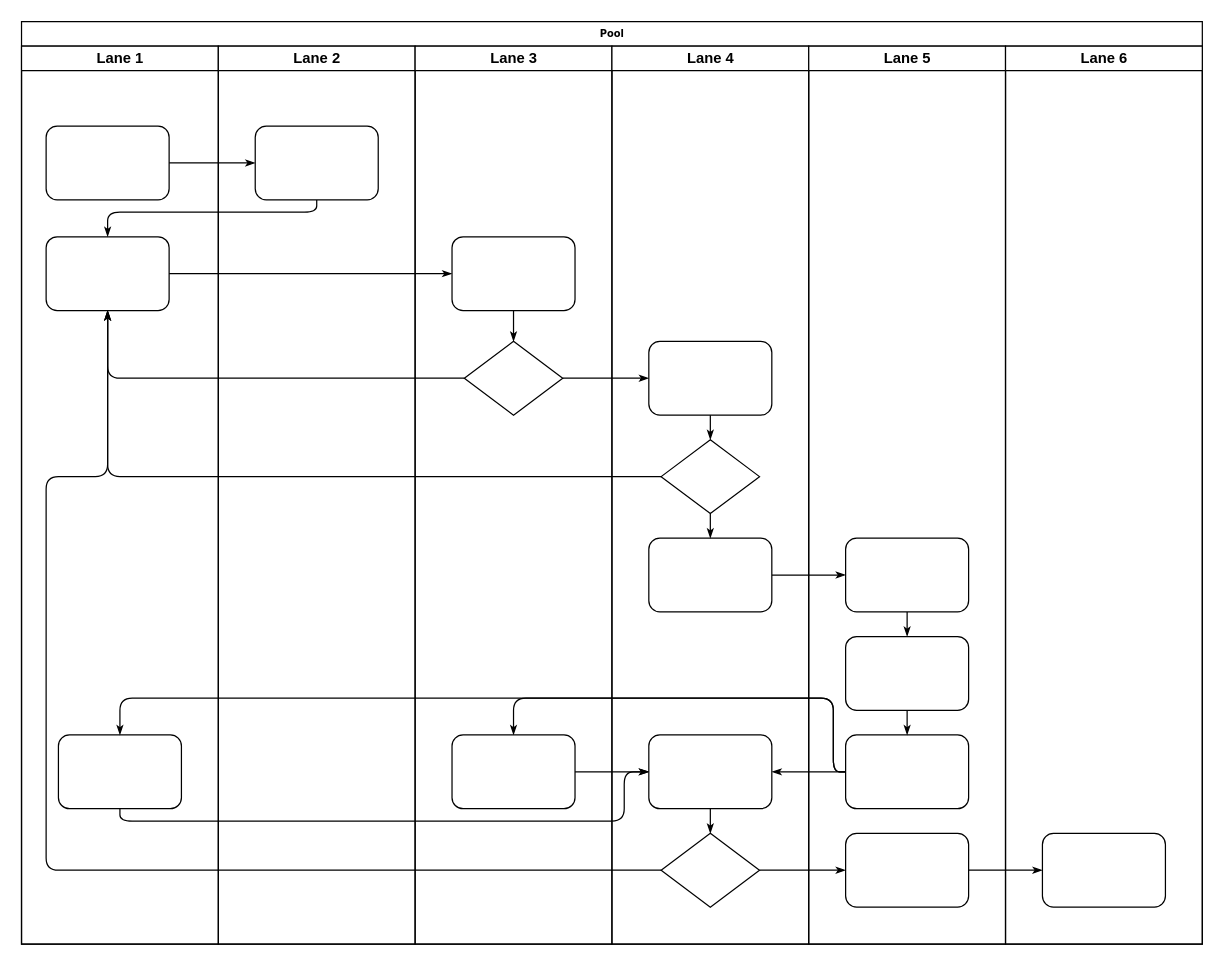
Above: 货源结果 Diagram.drawio in hexuefengx/dragrams (draw.io), before the change. Source tidied: cells renumbered, new cells numbered last; positions are measured from the earlier drawing's top-left corner, leaving out a move shared by most shapes. Both pictures are drawn from the tidied source at 123%, with x=0, y=0 at pixel (21, 21).
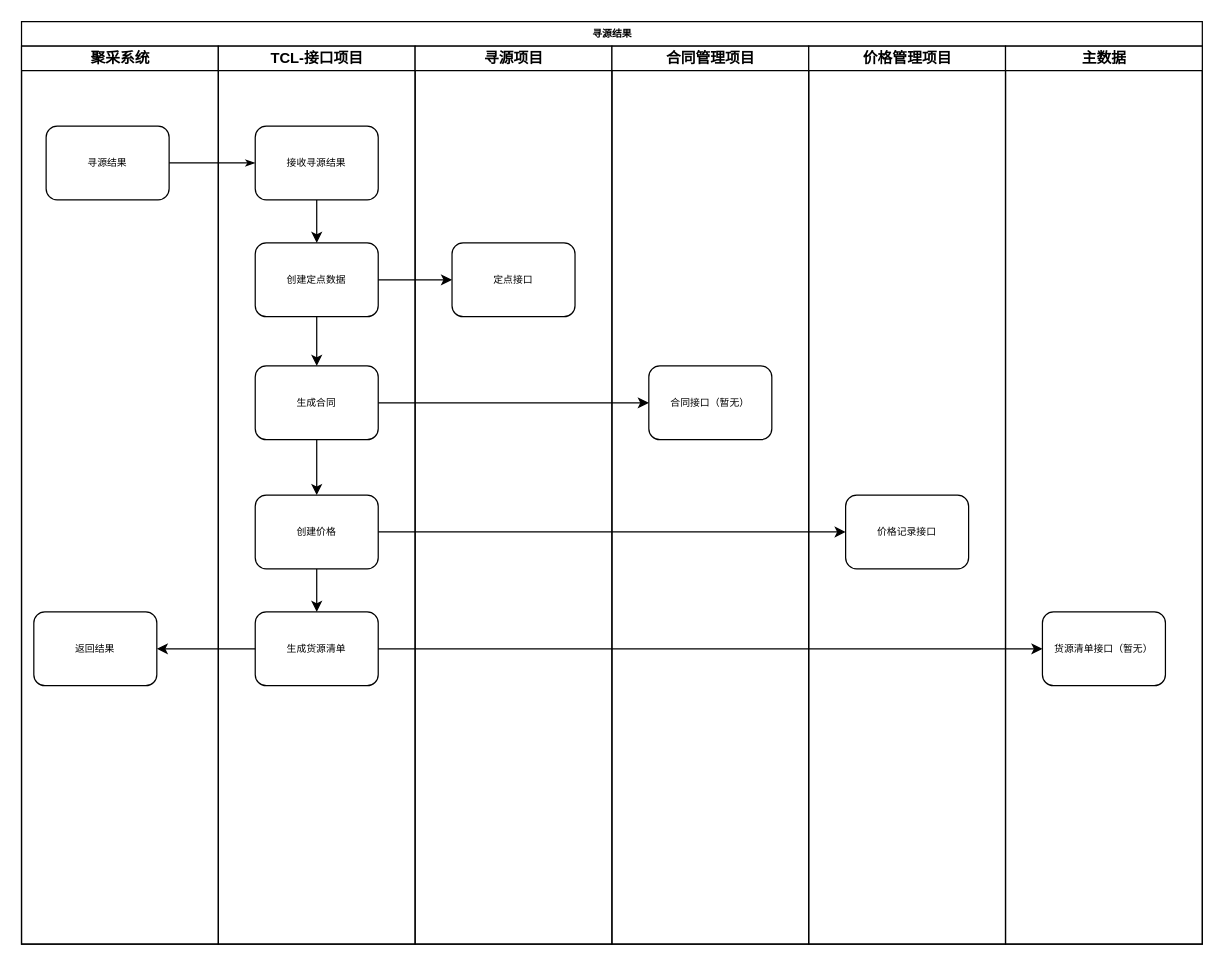
The same page after the edit.

Diff of the diagram source:
```diff
@@
-    <mxCell id="2" value="Pool" style="swimlane;html=1;startSize=20;rounded=0;shadow=0;labelBackgroundColor=none;strokeWidth=1;fontFamily=Verdana;fontSize=8;align=center;" parent="1" vertex="1">
+    <mxCell id="2" value="寻源结果" style="swimlane;html=1;startSize=20;rounded=0;shadow=0;labelBackgroundColor=none;strokeWidth=1;fontFamily=Verdana;fontSize=8;align=center;" parent="1" vertex="1">
       <mxGeometry width="960" height="750" as="geometry" />
     </mxCell>
-    <mxCell id="3" value="Lane 1" style="swimlane;html=1;startSize=20;" parent="2" vertex="1">
+    <mxCell id="3" value="聚采系统" style="swimlane;html=1;startSize=20;" parent="2" vertex="1">
       <mxGeometry y="20" width="160" height="730" as="geometry" />
     </mxCell>
-    <mxCell id="4" style="rounded=1;whiteSpace=wrap;html=1;shadow=0;labelBackgroundColor=none;strokeWidth=1;fontFamily=Verdana;fontSize=8;align=center;" parent="3" vertex="1">
+    <mxCell id="4" value="寻源结果" style="rounded=1;whiteSpace=wrap;html=1;shadow=0;labelBackgroundColor=none;strokeWidth=1;fontFamily=Verdana;fontSize=8;align=center;" parent="3" vertex="1">
       <mxGeometry x="20" y="65" width="100" height="60" as="geometry" />
     </mxCell>
-    <mxCell id="5" style="rounded=1;whiteSpace=wrap;html=1;shadow=0;labelBackgroundColor=none;strokeWidth=1;fontFamily=Verdana;fontSize=8;align=center;" parent="3" vertex="1">
-      <mxGeometry x="20" y="155" width="100" height="60" as="geometry" />
-    </mxCell>
-    <mxCell id="6" style="rounded=1;whiteSpace=wrap;html=1;shadow=0;labelBackgroundColor=none;strokeWidth=1;fontFamily=Verdana;fontSize=8;align=center;" parent="3" vertex="1">
-      <mxGeometry x="30" y="560" width="100" height="60" as="geometry" />
-    </mxCell>
+    <mxCell id="47" value="返回结果" style="rounded=1;whiteSpace=wrap;html=1;shadow=0;labelBackgroundColor=none;strokeWidth=1;fontFamily=Verdana;fontSize=8;align=center;" parent="3" vertex="1">
+      <mxGeometry x="10" y="460" width="100" height="60" as="geometry" />
+    </mxCell>
@@
-    <mxCell id="8" style="edgeStyle=orthogonalEdgeStyle;rounded=1;html=1;labelBackgroundColor=none;startArrow=none;startFill=0;startSize=5;endArrow=classicThin;endFill=1;endSize=5;jettySize=auto;strokeWidth=1;fontFamily=Verdana;fontSize=8;" parent="2" edge="1" source="23" target="5">
-      <mxGeometry relative="1" as="geometry">
-        <Array as="points">
-          <mxPoint x="240" y="155" />
-          <mxPoint x="70" y="155" />
-        </Array>
-      </mxGeometry>
-    </mxCell>
-    <mxCell id="9" style="edgeStyle=orthogonalEdgeStyle;rounded=1;html=1;labelBackgroundColor=none;startArrow=none;startFill=0;startSize=5;endArrow=classicThin;endFill=1;endSize=5;jettySize=auto;strokeWidth=1;fontFamily=Verdana;fontSize=8;" parent="2" edge="1" source="5" target="25">
-      <mxGeometry relative="1" as="geometry" />
-    </mxCell>
-    <mxCell id="10" style="edgeStyle=orthogonalEdgeStyle;rounded=1;html=1;labelBackgroundColor=none;startArrow=none;startFill=0;startSize=5;endArrow=classicThin;endFill=1;endSize=5;jettySize=auto;strokeWidth=1;fontFamily=Verdana;fontSize=8;" parent="2" edge="1" source="26" target="5">
-      <mxGeometry relative="1" as="geometry" />
-    </mxCell>
-    <mxCell id="11" style="edgeStyle=orthogonalEdgeStyle;rounded=1;html=1;labelBackgroundColor=none;startArrow=none;startFill=0;startSize=5;endArrow=classicThin;endFill=1;endSize=5;jettySize=auto;strokeWidth=1;fontFamily=Verdana;fontSize=8;" parent="2" edge="1" source="31" target="5">
-      <mxGeometry relative="1" as="geometry" />
-    </mxCell>
-    <mxCell id="12" style="edgeStyle=orthogonalEdgeStyle;rounded=1;html=1;labelBackgroundColor=none;startArrow=none;startFill=0;startSize=5;endArrow=classicThin;endFill=1;endSize=5;jettySize=auto;strokeWidth=1;fontFamily=Verdana;fontSize=8;" parent="2" edge="1" source="34" target="5">
-      <mxGeometry relative="1" as="geometry">
-        <Array as="points">
-          <mxPoint x="20" y="690" />
-          <mxPoint x="20" y="370" />
-          <mxPoint x="70" y="370" />
-        </Array>
-      </mxGeometry>
-    </mxCell>
-    <mxCell id="13" style="edgeStyle=orthogonalEdgeStyle;rounded=1;html=1;labelBackgroundColor=none;startArrow=none;startFill=0;startSize=5;endArrow=classicThin;endFill=1;endSize=5;jettySize=auto;strokeWidth=1;fontFamily=Verdana;fontSize=8;" parent="2" edge="1" source="26" target="30">
-      <mxGeometry relative="1" as="geometry" />
-    </mxCell>
-    <mxCell id="14" style="edgeStyle=orthogonalEdgeStyle;rounded=1;html=1;labelBackgroundColor=none;startArrow=none;startFill=0;startSize=5;endArrow=classicThin;endFill=1;endSize=5;jettySize=auto;strokeWidth=1;fontFamily=Verdana;fontSize=8;" parent="2" edge="1" source="34" target="42">
-      <mxGeometry relative="1" as="geometry" />
-    </mxCell>
-    <mxCell id="15" style="edgeStyle=orthogonalEdgeStyle;rounded=1;html=1;labelBackgroundColor=none;startArrow=none;startFill=0;startSize=5;endArrow=classicThin;endFill=1;endSize=5;jettySize=auto;strokeWidth=1;fontFamily=Verdana;fontSize=8;" parent="2" edge="1" source="42" target="46">
-      <mxGeometry relative="1" as="geometry" />
-    </mxCell>
-    <mxCell id="16" style="edgeStyle=orthogonalEdgeStyle;rounded=1;html=1;labelBackgroundColor=none;startArrow=none;startFill=0;startSize=5;endArrow=classicThin;endFill=1;endSize=5;jettySize=auto;strokeWidth=1;fontFamily=Verdana;fontSize=8;" parent="2" edge="1" source="32" target="39">
-      <mxGeometry relative="1" as="geometry" />
-    </mxCell>
-    <mxCell id="17" style="edgeStyle=orthogonalEdgeStyle;rounded=1;html=1;labelBackgroundColor=none;startArrow=none;startFill=0;startSize=5;endArrow=classicThin;endFill=1;endSize=5;jettySize=auto;strokeWidth=1;fontFamily=Verdana;fontSize=8;" parent="2" edge="1" source="41" target="27">
-      <mxGeometry relative="1" as="geometry">
-        <Array as="points">
-          <mxPoint x="660" y="610" />
-          <mxPoint x="660" y="550" />
-          <mxPoint x="400" y="550" />
-        </Array>
-      </mxGeometry>
-    </mxCell>
-    <mxCell id="18" style="edgeStyle=orthogonalEdgeStyle;rounded=1;html=1;labelBackgroundColor=none;startArrow=none;startFill=0;startSize=5;endArrow=classicThin;endFill=1;endSize=5;jettySize=auto;strokeColor=#000000;strokeWidth=1;fontFamily=Verdana;fontSize=8;fontColor=#000000;" parent="2" edge="1" source="41" target="33">
-      <mxGeometry relative="1" as="geometry" />
-    </mxCell>
-    <mxCell id="19" style="edgeStyle=orthogonalEdgeStyle;rounded=1;html=1;labelBackgroundColor=none;startArrow=none;startFill=0;startSize=5;endArrow=classicThin;endFill=1;endSize=5;jettySize=auto;strokeWidth=1;fontFamily=Verdana;fontSize=8;" parent="2" edge="1" source="41" target="6">
-      <mxGeometry relative="1" as="geometry">
-        <Array as="points">
-          <mxPoint x="660" y="610" />
-          <mxPoint x="660" y="550" />
-          <mxPoint x="80" y="550" />
-        </Array>
-      </mxGeometry>
-    </mxCell>
-    <mxCell id="20" style="edgeStyle=orthogonalEdgeStyle;rounded=1;html=1;labelBackgroundColor=none;startArrow=none;startFill=0;startSize=5;endArrow=classicThin;endFill=1;endSize=5;jettySize=auto;strokeWidth=1;fontFamily=Verdana;fontSize=8;" parent="2" edge="1" source="6" target="33">
-      <mxGeometry relative="1" as="geometry">
-        <Array as="points">
-          <mxPoint x="80" y="650" />
-          <mxPoint x="490" y="650" />
-          <mxPoint x="490" y="610" />
-        </Array>
-      </mxGeometry>
-    </mxCell>
-    <mxCell id="21" style="edgeStyle=orthogonalEdgeStyle;rounded=1;html=1;labelBackgroundColor=none;startArrow=none;startFill=0;startSize=5;endArrow=classicThin;endFill=1;endSize=5;jettySize=auto;strokeWidth=1;fontFamily=Verdana;fontSize=8;" parent="2" edge="1" source="27" target="33">
-      <mxGeometry relative="1" as="geometry" />
-    </mxCell>
-    <mxCell id="22" value="Lane 2" style="swimlane;html=1;startSize=20;" parent="2" vertex="1">
+    <mxCell id="22" value="TCL-接口项目" style="swimlane;html=1;startSize=20;" parent="2" vertex="1">
       <mxGeometry x="160" y="20" width="160" height="730" as="geometry" />
     </mxCell>
+    <mxCell id="48" style="edgeStyle=orthogonalEdgeStyle;rounded=0;jettySize=auto;html=1;" parent="22" edge="1" source="23" target="50">
+      <mxGeometry relative="1" as="geometry" />
+    </mxCell>
-    <mxCell id="23" style="rounded=1;whiteSpace=wrap;html=1;shadow=0;labelBackgroundColor=none;strokeWidth=1;fontFamily=Verdana;fontSize=8;align=center;" parent="22" vertex="1">
+    <mxCell id="23" value="接收寻源结果" style="rounded=1;whiteSpace=wrap;html=1;shadow=0;labelBackgroundColor=none;strokeWidth=1;fontFamily=Verdana;fontSize=8;align=center;" parent="22" vertex="1">
       <mxGeometry x="30" y="65" width="100" height="60" as="geometry" />
     </mxCell>
+    <mxCell id="49" style="edgeStyle=orthogonalEdgeStyle;rounded=0;jettySize=auto;html=1;" parent="22" edge="1" source="50" target="52">
+      <mxGeometry relative="1" as="geometry" />
+    </mxCell>
+    <mxCell id="50" value="创建定点数据" style="rounded=1;whiteSpace=wrap;html=1;shadow=0;labelBackgroundColor=none;strokeWidth=1;fontFamily=Verdana;fontSize=8;align=center;" parent="22" vertex="1">
+      <mxGeometry x="30" y="160" width="100" height="60" as="geometry" />
+    </mxCell>
+    <mxCell id="51" style="edgeStyle=orthogonalEdgeStyle;rounded=0;jettySize=auto;html=1;" parent="22" edge="1" source="52" target="54">
+      <mxGeometry relative="1" as="geometry" />
+    </mxCell>
+    <mxCell id="52" value="生成合同" style="rounded=1;whiteSpace=wrap;html=1;shadow=0;labelBackgroundColor=none;strokeWidth=1;fontFamily=Verdana;fontSize=8;align=center;" parent="22" vertex="1">
+      <mxGeometry x="30" y="260" width="100" height="60" as="geometry" />
+    </mxCell>
+    <mxCell id="53" style="edgeStyle=orthogonalEdgeStyle;rounded=0;jettySize=auto;html=1;" parent="22" edge="1" source="54" target="55">
+      <mxGeometry relative="1" as="geometry" />
+    </mxCell>
+    <mxCell id="54" value="创建价格" style="rounded=1;whiteSpace=wrap;html=1;shadow=0;labelBackgroundColor=none;strokeWidth=1;fontFamily=Verdana;fontSize=8;align=center;" parent="22" vertex="1">
+      <mxGeometry x="30" y="365" width="100" height="60" as="geometry" />
+    </mxCell>
+    <mxCell id="55" value="生成货源清单" style="rounded=1;whiteSpace=wrap;html=1;shadow=0;labelBackgroundColor=none;strokeWidth=1;fontFamily=Verdana;fontSize=8;align=center;" parent="22" vertex="1">
+      <mxGeometry x="30" y="460" width="100" height="60" as="geometry" />
+    </mxCell>
-    <mxCell id="24" value="Lane 3" style="swimlane;html=1;startSize=20;" parent="2" vertex="1">
+    <mxCell id="24" value="寻源项目" style="swimlane;html=1;startSize=20;" parent="2" vertex="1">
       <mxGeometry x="320" y="20" width="160" height="730" as="geometry" />
     </mxCell>
-    <mxCell id="25" style="rounded=1;whiteSpace=wrap;html=1;shadow=0;labelBackgroundColor=none;strokeWidth=1;fontFamily=Verdana;fontSize=8;align=center;" parent="24" vertex="1">
-      <mxGeometry x="30" y="155" width="100" height="60" as="geometry" />
+    <mxCell id="25" value="定点接口" style="rounded=1;whiteSpace=wrap;html=1;shadow=0;labelBackgroundColor=none;strokeWidth=1;fontFamily=Verdana;fontSize=8;align=center;" parent="24" vertex="1">
+      <mxGeometry x="30" y="160" width="100" height="60" as="geometry" />
     </mxCell>
-    <mxCell id="26" style="rhombus;whiteSpace=wrap;html=1;rounded=0;shadow=0;labelBackgroundColor=none;strokeWidth=1;fontFamily=Verdana;fontSize=8;align=center;" parent="24" vertex="1">
-      <mxGeometry x="40" y="240" width="80" height="60" as="geometry" />
-    </mxCell>
-    <mxCell id="27" style="rounded=1;whiteSpace=wrap;html=1;shadow=0;labelBackgroundColor=none;strokeWidth=1;fontFamily=Verdana;fontSize=8;align=center;" parent="24" vertex="1">
-      <mxGeometry x="30" y="560" width="100" height="60" as="geometry" />
-    </mxCell>
-    <mxCell id="28" style="edgeStyle=orthogonalEdgeStyle;rounded=1;html=1;labelBackgroundColor=none;startArrow=none;startFill=0;startSize=5;endArrow=classicThin;endFill=1;endSize=5;jettySize=auto;strokeWidth=1;fontFamily=Verdana;fontSize=8;" parent="24" edge="1" source="25" target="26">
-      <mxGeometry relative="1" as="geometry" />
-    </mxCell>
-    <mxCell id="29" value="Lane 4" style="swimlane;html=1;startSize=20;" parent="2" vertex="1">
+    <mxCell id="29" value="合同管理项目" style="swimlane;html=1;startSize=20;" parent="2" vertex="1">
       <mxGeometry x="480" y="20" width="160" height="730" as="geometry" />
     </mxCell>
-    <mxCell id="30" style="rounded=1;whiteSpace=wrap;html=1;shadow=0;labelBackgroundColor=none;strokeWidth=1;fontFamily=Verdana;fontSize=8;align=center;" parent="29" vertex="1">
-      <mxGeometry x="30" y="240" width="100" height="60" as="geometry" />
-    </mxCell>
-    <mxCell id="31" style="rhombus;whiteSpace=wrap;html=1;rounded=0;shadow=0;labelBackgroundColor=none;strokeWidth=1;fontFamily=Verdana;fontSize=8;align=center;" parent="29" vertex="1">
-      <mxGeometry x="40" y="320" width="80" height="60" as="geometry" />
-    </mxCell>
-    <mxCell id="32" style="rounded=1;whiteSpace=wrap;html=1;shadow=0;labelBackgroundColor=none;strokeWidth=1;fontFamily=Verdana;fontSize=8;align=center;" parent="29" vertex="1">
-      <mxGeometry x="30" y="400" width="100" height="60" as="geometry" />
-    </mxCell>
-    <mxCell id="33" style="rounded=1;whiteSpace=wrap;html=1;shadow=0;labelBackgroundColor=none;strokeWidth=1;fontFamily=Verdana;fontSize=8;align=center;" parent="29" vertex="1">
-      <mxGeometry x="30" y="560" width="100" height="60" as="geometry" />
-    </mxCell>
-    <mxCell id="34" style="rhombus;whiteSpace=wrap;html=1;rounded=0;shadow=0;labelBackgroundColor=none;strokeWidth=1;fontFamily=Verdana;fontSize=8;align=center;" parent="29" vertex="1">
-      <mxGeometry x="40" y="640" width="80" height="60" as="geometry" />
-    </mxCell>
+    <mxCell id="56" style="edgeStyle=orthogonalEdgeStyle;rounded=0;orthogonalLoop=1;jettySize=auto;html=1;" parent="29" edge="1">
+      <mxGeometry relative="1" as="geometry">
+        <mxPoint x="80" y="300" as="targetPoint" />
+      </mxGeometry>
+    </mxCell>
-    <mxCell id="35" style="edgeStyle=orthogonalEdgeStyle;rounded=1;html=1;labelBackgroundColor=none;startArrow=none;startFill=0;startSize=5;endArrow=classicThin;endFill=1;endSize=5;jettySize=auto;strokeColor=#000000;strokeWidth=1;fontFamily=Verdana;fontSize=8;fontColor=#000000;" parent="29" edge="1" source="30" target="31">
-      <mxGeometry relative="1" as="geometry" />
+    <mxCell id="35" style="edgeStyle=orthogonalEdgeStyle;rounded=1;html=1;labelBackgroundColor=none;startArrow=none;startFill=0;startSize=5;endArrow=classicThin;endFill=1;endSize=5;jettySize=auto;orthogonalLoop=1;strokeColor=#000000;strokeWidth=1;fontFamily=Verdana;fontSize=8;fontColor=#000000;" parent="29" edge="1">
+      <mxGeometry relative="1" as="geometry">
+        <mxPoint x="80" y="300" as="sourcePoint" />
+      </mxGeometry>
     </mxCell>
-    <mxCell id="36" style="edgeStyle=orthogonalEdgeStyle;rounded=1;html=1;labelBackgroundColor=none;startArrow=none;startFill=0;startSize=5;endArrow=classicThin;endFill=1;endSize=5;jettySize=auto;strokeWidth=1;fontFamily=Verdana;fontSize=8;" parent="29" edge="1" source="31" target="32">
-      <mxGeometry relative="1" as="geometry" />
+    <mxCell id="36" style="edgeStyle=orthogonalEdgeStyle;rounded=1;html=1;labelBackgroundColor=none;startArrow=none;startFill=0;startSize=5;endArrow=classicThin;endFill=1;endSize=5;jettySize=auto;orthogonalLoop=1;strokeWidth=1;fontFamily=Verdana;fontSize=8;" parent="29" edge="1">
+      <mxGeometry relative="1" as="geometry">
+        <mxPoint x="80" y="380" as="sourcePoint" />
+      </mxGeometry>
     </mxCell>
-    <mxCell id="37" style="edgeStyle=orthogonalEdgeStyle;rounded=1;html=1;labelBackgroundColor=none;startArrow=none;startFill=0;startSize=5;endArrow=classicThin;endFill=1;endSize=5;jettySize=auto;strokeWidth=1;fontFamily=Verdana;fontSize=8;" parent="29" edge="1" source="33" target="34">
-      <mxGeometry relative="1" as="geometry" />
-    </mxCell>
+    <mxCell id="57" value="合同接口（暂无）" style="rounded=1;whiteSpace=wrap;html=1;shadow=0;labelBackgroundColor=none;strokeWidth=1;fontFamily=Verdana;fontSize=8;align=center;" parent="29" vertex="1">
+      <mxGeometry x="30" y="260" width="100" height="60" as="geometry" />
+    </mxCell>
-    <mxCell id="38" value="Lane 5" style="swimlane;html=1;startSize=20;" parent="2" vertex="1">
+    <mxCell id="38" value="价格管理项目" style="swimlane;html=1;startSize=20;" parent="2" vertex="1">
       <mxGeometry x="640" y="20" width="160" height="730" as="geometry" />
     </mxCell>
-    <mxCell id="39" style="rounded=1;whiteSpace=wrap;html=1;shadow=0;labelBackgroundColor=none;strokeWidth=1;fontFamily=Verdana;fontSize=8;align=center;" parent="38" vertex="1">
-      <mxGeometry x="30" y="400" width="100" height="60" as="geometry" />
-    </mxCell>
-    <mxCell id="40" style="rounded=1;whiteSpace=wrap;html=1;shadow=0;labelBackgroundColor=none;strokeWidth=1;fontFamily=Verdana;fontSize=8;align=center;" parent="38" vertex="1">
-      <mxGeometry x="30" y="480" width="100" height="60" as="geometry" />
-    </mxCell>
-    <mxCell id="41" style="rounded=1;whiteSpace=wrap;html=1;shadow=0;labelBackgroundColor=none;strokeWidth=1;fontFamily=Verdana;fontSize=8;align=center;" parent="38" vertex="1">
-      <mxGeometry x="30" y="560" width="100" height="60" as="geometry" />
-    </mxCell>
-    <mxCell id="42" style="rounded=1;whiteSpace=wrap;html=1;shadow=0;labelBackgroundColor=none;strokeWidth=1;fontFamily=Verdana;fontSize=8;align=center;" parent="38" vertex="1">
-      <mxGeometry x="30" y="640" width="100" height="60" as="geometry" />
-    </mxCell>
-    <mxCell id="43" style="edgeStyle=orthogonalEdgeStyle;rounded=1;html=1;labelBackgroundColor=none;startArrow=none;startFill=0;startSize=5;endArrow=classicThin;endFill=1;endSize=5;jettySize=auto;strokeWidth=1;fontFamily=Verdana;fontSize=8;" parent="38" edge="1" source="39" target="40">
-      <mxGeometry relative="1" as="geometry" />
-    </mxCell>
-    <mxCell id="44" style="edgeStyle=orthogonalEdgeStyle;rounded=1;html=1;labelBackgroundColor=none;startArrow=none;startFill=0;startSize=5;endArrow=classicThin;endFill=1;endSize=5;jettySize=auto;strokeWidth=1;fontFamily=Verdana;fontSize=8;" parent="38" edge="1" source="40" target="41">
-      <mxGeometry relative="1" as="geometry" />
-    </mxCell>
+    <mxCell id="58" value="价格记录接口" style="rounded=1;whiteSpace=wrap;html=1;shadow=0;labelBackgroundColor=none;strokeWidth=1;fontFamily=Verdana;fontSize=8;align=center;" parent="38" vertex="1">
+      <mxGeometry x="30" y="365" width="100" height="60" as="geometry" />
+    </mxCell>
-    <mxCell id="45" value="Lane 6" style="swimlane;html=1;startSize=20;" parent="2" vertex="1">
+    <mxCell id="45" value="主数据" style="swimlane;html=1;startSize=20;" parent="2" vertex="1">
       <mxGeometry x="800" y="20" width="160" height="730" as="geometry" />
     </mxCell>
-    <mxCell id="46" style="rounded=1;whiteSpace=wrap;html=1;shadow=0;labelBackgroundColor=none;strokeWidth=1;fontFamily=Verdana;fontSize=8;align=center;" parent="45" vertex="1">
-      <mxGeometry x="30" y="640" width="100" height="60" as="geometry" />
-    </mxCell>
+    <mxCell id="59" value="货源清单接口（暂无）" style="rounded=1;whiteSpace=wrap;html=1;shadow=0;labelBackgroundColor=none;strokeWidth=1;fontFamily=Verdana;fontSize=8;align=center;" parent="45" vertex="1">
+      <mxGeometry x="30" y="460" width="100" height="60" as="geometry" />
+    </mxCell>
+    <mxCell id="60" style="edgeStyle=orthogonalEdgeStyle;rounded=0;jettySize=auto;html=1;" parent="2" edge="1" source="50" target="25">
+      <mxGeometry relative="1" as="geometry" />
+    </mxCell>
+    <mxCell id="61" style="edgeStyle=orthogonalEdgeStyle;rounded=0;jettySize=auto;html=1;" parent="2" edge="1" source="52" target="57">
+      <mxGeometry relative="1" as="geometry" />
+    </mxCell>
+    <mxCell id="62" style="edgeStyle=orthogonalEdgeStyle;rounded=0;jettySize=auto;html=1;" parent="2" edge="1" source="54" target="58">
+      <mxGeometry relative="1" as="geometry" />
+    </mxCell>
+    <mxCell id="63" style="edgeStyle=orthogonalEdgeStyle;rounded=0;jettySize=auto;html=1;" parent="2" edge="1" source="55" target="59">
+      <mxGeometry relative="1" as="geometry" />
+    </mxCell>
+    <mxCell id="64" style="edgeStyle=orthogonalEdgeStyle;rounded=0;jettySize=auto;html=1;" parent="2" edge="1" source="55" target="47">
+      <mxGeometry relative="1" as="geometry" />
+    </mxCell>
```
